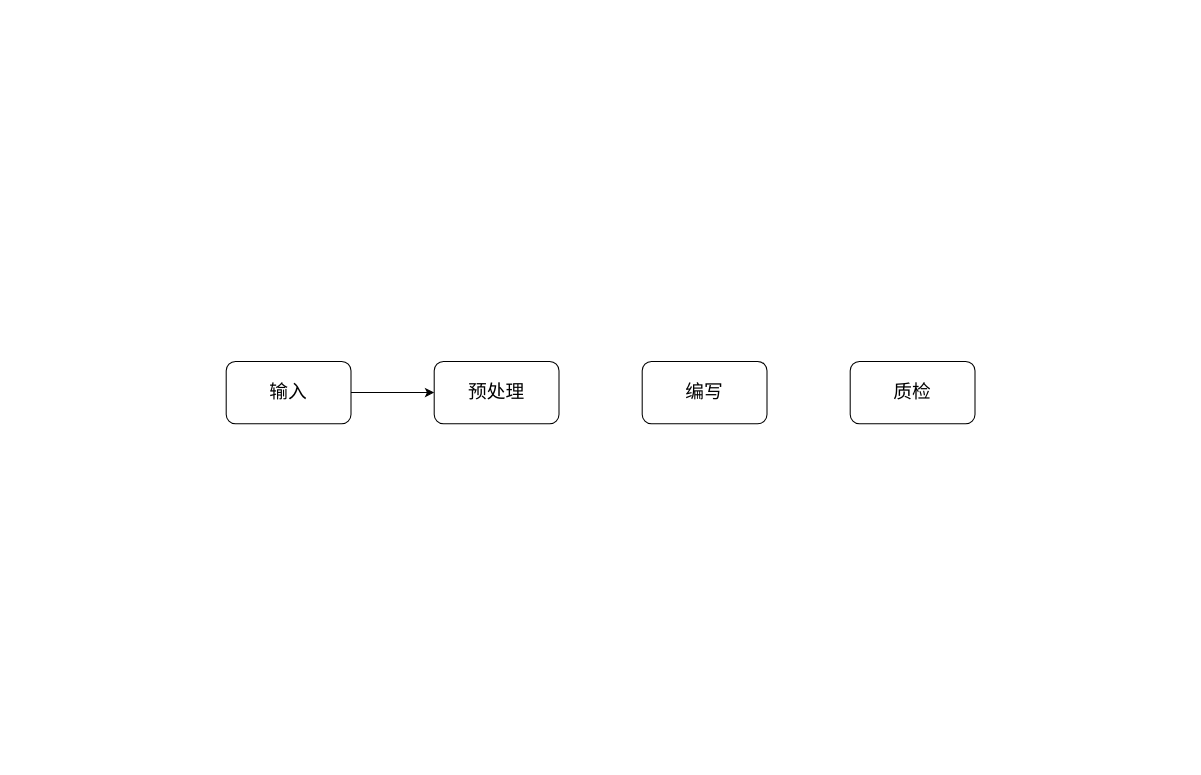
Before: 2024工作年度总结.drawio in Saiable/drawio, a draw.io diagram. Source tidied: cells renumbered, new cells numbered last; positions are measured from the earlier drawing's top-left corner, leaving out a move shared by most shapes. Both pictures are drawn from the tidied source at 104%, with x=0, y=0 at pixel (226, 361).
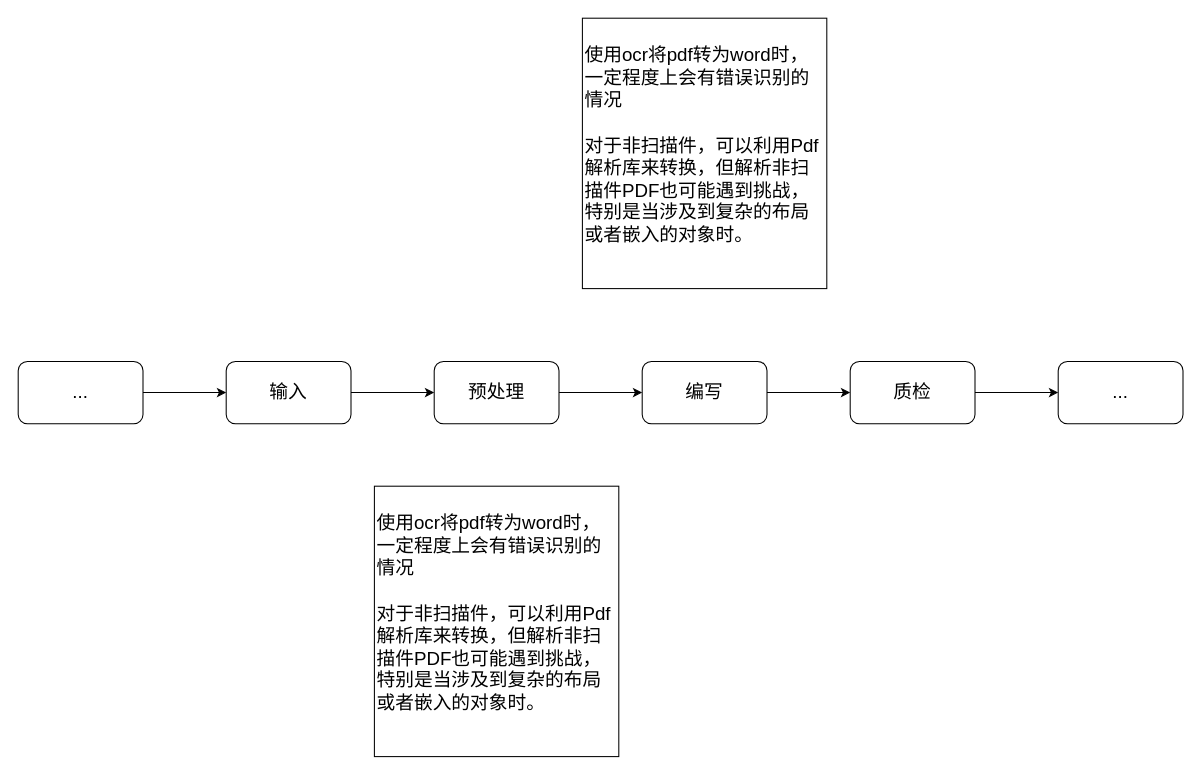
The same page after the edit.

Commit message (it also covers changes not shown here):
更新2024工作年度总结.drawio

Diff of the diagram source:
```diff
@@
 <mxGraphModel>
   <root>
     <mxCell id="0" />
     <mxCell id="1" parent="0" />
     <mxCell id="2" style="edgeStyle=orthogonalEdgeStyle;rounded=0;jettySize=auto;html=1;" parent="1" edge="1" source="3">
       <mxGeometry relative="1" as="geometry">
         <mxPoint x="200" y="30" as="targetPoint" />
       </mxGeometry>
     </mxCell>
     <mxCell id="3" value="&lt;font style=&quot;font-size: 18px;&quot;&gt;输入&lt;/font&gt;" style="rounded=1;whiteSpace=wrap;html=1;" parent="1" vertex="1">
       <mxGeometry width="120" height="60" as="geometry" />
     </mxCell>
+    <mxCell id="7" style="edgeStyle=orthogonalEdgeStyle;rounded=0;jettySize=auto;html=1;entryX=0;entryY=0.5;entryDx=0;entryDy=0;" parent="1" edge="1" source="4" target="5">
+      <mxGeometry relative="1" as="geometry" />
+    </mxCell>
-    <mxCell id="4" value="&lt;font style=&quot;font-size: 18px;&quot;&gt;预处理&lt;/font&gt;" style="rounded=1;whiteSpace=wrap;html=1;" parent="1" vertex="1">
+    <mxCell id="4" value="&lt;span style=&quot;font-size: 18px;&quot;&gt;预处理&lt;/span&gt;" style="rounded=1;whiteSpace=wrap;html=1;" parent="1" vertex="1">
       <mxGeometry x="200" width="120" height="60" as="geometry" />
     </mxCell>
+    <mxCell id="8" style="edgeStyle=orthogonalEdgeStyle;rounded=0;jettySize=auto;html=1;" parent="1" edge="1" source="5" target="6">
+      <mxGeometry relative="1" as="geometry" />
+    </mxCell>
     <mxCell id="5" value="&lt;span style=&quot;font-size: 18px;&quot;&gt;编写&lt;/span&gt;" style="rounded=1;whiteSpace=wrap;html=1;" parent="1" vertex="1">
       <mxGeometry x="400" width="120" height="60" as="geometry" />
     </mxCell>
+    <mxCell id="9" style="edgeStyle=orthogonalEdgeStyle;rounded=0;jettySize=auto;html=1;entryX=0;entryY=0.5;entryDx=0;entryDy=0;" parent="1" edge="1" source="6" target="10">
+      <mxGeometry relative="1" as="geometry" />
+    </mxCell>
     <mxCell id="6" value="&lt;span style=&quot;font-size: 18px;&quot;&gt;质检&lt;/span&gt;" style="rounded=1;whiteSpace=wrap;html=1;" parent="1" vertex="1">
       <mxGeometry x="600" width="120" height="60" as="geometry" />
     </mxCell>
+    <mxCell id="10" value="&lt;span style=&quot;font-size: 18px;&quot;&gt;...&lt;/span&gt;" style="rounded=1;whiteSpace=wrap;html=1;" parent="1" vertex="1">
+      <mxGeometry x="800" width="120" height="60" as="geometry" />
+    </mxCell>
+    <mxCell id="11" style="edgeStyle=orthogonalEdgeStyle;rounded=0;jettySize=auto;html=1;exitX=1;exitY=0.5;exitDx=0;exitDy=0;" parent="1" edge="1" source="12" target="3">
+      <mxGeometry relative="1" as="geometry" />
+    </mxCell>
+    <mxCell id="12" value="&lt;span style=&quot;font-size: 18px;&quot;&gt;...&lt;/span&gt;" style="rounded=1;whiteSpace=wrap;html=1;" parent="1" vertex="1">
+      <mxGeometry x="-200" width="120" height="60" as="geometry" />
+    </mxCell>
+    <mxCell id="13" value="&lt;div&gt;&lt;br&gt;&lt;/div&gt;" style="text;html=1;align=center;verticalAlign=middle;strokeColor=none;fillColor=none;" parent="1" vertex="1">
+      <mxGeometry x="150" y="205" width="20" height="30" as="geometry" />
+    </mxCell>
+    <mxCell id="14" value="&lt;div&gt;&lt;font style=&quot;font-size: 18px;&quot;&gt;使用ocr将pdf转为word时，一定程度上会有错误识别的情况&lt;/font&gt;&lt;/div&gt;&lt;div&gt;&lt;span style=&quot;white-space: normal;&quot;&gt;&lt;font style=&quot;font-size: 18px;&quot;&gt;&lt;br&gt;&lt;/font&gt;&lt;/span&gt;&lt;/div&gt;&lt;div&gt;&lt;span style=&quot;white-space: normal;&quot;&gt;&lt;font style=&quot;font-size: 18px;&quot;&gt;对于非扫描件，可以利用Pdf解析库来转换，但解析非扫描件PDF也可能遇到挑战，特别是当涉及到复杂的布局或者嵌入的对象时。&lt;/font&gt;&lt;/span&gt;&lt;/div&gt;&lt;div&gt;&lt;br&gt;&lt;/div&gt;" style="text;html=1;align=left;verticalAlign=middle;whiteSpace=wrap;rounded=0;strokeColor=default;fillColor=default;" parent="1" vertex="1">
+      <mxGeometry x="142.5" y="120" width="235" height="260" as="geometry" />
+    </mxCell>
+    <mxCell id="15" value="&lt;div&gt;&lt;font style=&quot;font-size: 18px;&quot;&gt;使用ocr将pdf转为word时，一定程度上会有错误识别的情况&lt;/font&gt;&lt;/div&gt;&lt;div&gt;&lt;span style=&quot;white-space: normal;&quot;&gt;&lt;font style=&quot;font-size: 18px;&quot;&gt;&lt;br&gt;&lt;/font&gt;&lt;/span&gt;&lt;/div&gt;&lt;div&gt;&lt;span style=&quot;white-space: normal;&quot;&gt;&lt;font style=&quot;font-size: 18px;&quot;&gt;对于非扫描件，可以利用Pdf解析库来转换，但解析非扫描件PDF也可能遇到挑战，特别是当涉及到复杂的布局或者嵌入的对象时。&lt;/font&gt;&lt;/span&gt;&lt;/div&gt;&lt;div&gt;&lt;br&gt;&lt;/div&gt;" style="text;html=1;align=left;verticalAlign=middle;whiteSpace=wrap;rounded=0;strokeColor=default;fillColor=default;" parent="1" vertex="1">
+      <mxGeometry x="342.5" y="-330" width="235" height="260" as="geometry" />
+    </mxCell>
   </root>
 </mxGraphModel>
```
